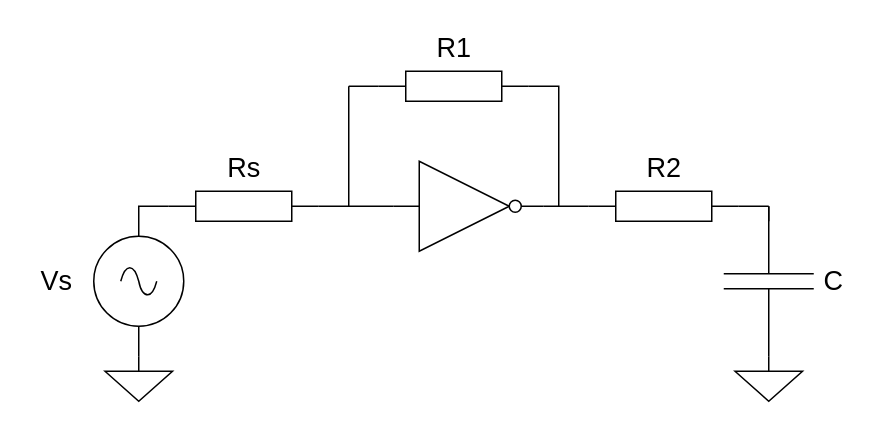
The draw.io diagram Report/Figures/Amplifier_Inv.drawio in miguelcorrea0107/MA2_project, before the edit. Source tidied: cells renumbered, new cells numbered last; positions are measured from the earlier drawing's top-left corner, leaving out a move shared by most shapes. Both pictures are drawn from the tidied source at 150%, with x=0, y=0 at pixel (26, 26).
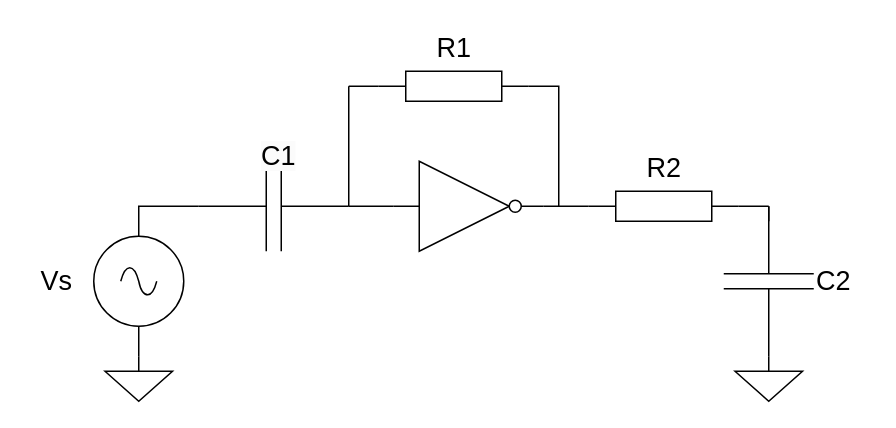
Above is the later version.

Commit message:
Mettre à jour Amplifier_Inv.drawio

The change refers to these unchanged cells:
```xml
<mxCell id="3" style="verticalLabelPosition=bottom;shadow=0;dashed=0;align=center;html=1;verticalAlign=top;shape=mxgraph.electrical.logic_gates.inverter_2;" parent="1" vertex="1">
  <mxGeometry x="245" y="90" width="100" height="60" as="geometry" />
</mxCell>
<mxCell id="15" style="verticalLabelPosition=bottom;shadow=0;dashed=0;align=center;html=1;verticalAlign=top;shape=mxgraph.electrical.signal_sources.source;points=[[0.5,0,0],[1,0.5,0],[0.5,1,0],[0,0.5,0]];elSignalType=ac;" parent="1" vertex="1">
  <mxGeometry x="45" y="140" width="60" height="60" as="geometry" />
</mxCell>
```

Diff of the diagram source:
```diff
@@
-    <mxCell id="2" style="verticalLabelPosition=bottom;shadow=0;dashed=0;align=center;html=1;verticalAlign=top;shape=mxgraph.electrical.resistors.resistor_1;" parent="1" vertex="1">
-      <mxGeometry x="95" y="110" width="100" height="20" as="geometry" />
-    </mxCell>
@@
-    <mxCell id="4" style="endArrow=none;html=1;rounded=0;exitX=1;exitY=0.5;exitDx=0;exitDy=0;exitPerimeter=0;entryX=0;entryY=0.5;entryDx=0;entryDy=0;entryPerimeter=0;" parent="1" edge="1" source="2" target="3">
-      <mxGeometry relative="1" as="geometry" />
+    <mxCell id="4" style="endArrow=none;html=1;rounded=0;exitX=1;exitY=0.5;exitDx=0;exitDy=0;exitPerimeter=0;entryX=0;entryY=0.5;entryDx=0;entryDy=0;entryPerimeter=0;" parent="1" edge="1" target="3">
+      <mxGeometry relative="1" as="geometry">
+        <mxPoint x="215" y="120" as="sourcePoint" />
+      </mxGeometry>
     </mxCell>
@@
-    <mxCell id="17" style="endArrow=none;html=1;rounded=0;exitX=0.5;exitY=0;exitDx=0;exitDy=0;exitPerimeter=0;entryX=0;entryY=0.5;entryDx=0;entryDy=0;entryPerimeter=0;" parent="1" edge="1" source="15" target="2">
+    <mxCell id="17" style="endArrow=none;html=1;rounded=0;exitX=0.5;exitY=0;exitDx=0;exitDy=0;exitPerimeter=0;entryX=0;entryY=0.5;entryDx=0;entryDy=0;entryPerimeter=0;" parent="1" edge="1" source="15">
       <mxGeometry relative="1" as="geometry">
+        <mxPoint x="115" y="120" as="targetPoint" />
         <Array as="points">
           <mxPoint x="75" y="120" />
         </Array>
       </mxGeometry>
     </mxCell>
@@
-    <mxCell id="19" value="&lt;font style=&quot;font-size: 18px;&quot;&gt;Rs&lt;/font&gt;" style="text;html=1;align=center;verticalAlign=middle;strokeColor=none;fillColor=none;" parent="1" vertex="1">
-      <mxGeometry x="120" y="80" width="50" height="30" as="geometry" />
-    </mxCell>
@@
-    <mxCell id="22" value="&lt;font style=&quot;font-size: 18px;&quot;&gt;C&lt;/font&gt;" style="text;html=1;align=center;verticalAlign=middle;strokeColor=none;fillColor=none;" parent="1" vertex="1">
-      <mxGeometry x="517.5" y="155" width="40" height="30" as="geometry" />
+    <mxCell id="22" value="&lt;span style=&quot;font-size: 18px;&quot;&gt;C2&lt;/span&gt;" style="text;html=1;align=center;verticalAlign=middle;strokeColor=none;fillColor=none;" parent="1" vertex="1">
+      <mxGeometry x="512.5" y="155" width="50" height="30" as="geometry" />
     </mxCell>
@@
+    <mxCell id="24" style="verticalLabelPosition=bottom;shadow=0;dashed=0;align=center;html=1;verticalAlign=top;shape=mxgraph.electrical.capacitors.capacitor_1;direction=south;rotation=90;" parent="1" vertex="1">
+      <mxGeometry x="135" y="70" width="60" height="100" as="geometry" />
+    </mxCell>
+    <mxCell id="25" value="&lt;span style=&quot;caret-color: rgb(0, 0, 0); color: rgb(0, 0, 0); font-family: Helvetica; font-size: 18px; font-style: normal; font-variant-caps: normal; font-weight: 400; letter-spacing: normal; orphans: auto; text-align: center; text-indent: 0px; text-transform: none; white-space: nowrap; widows: auto; word-spacing: 0px; -webkit-text-stroke-width: 0px; background-color: rgb(251, 251, 251); text-decoration: none; display: inline !important; float: none;&quot;&gt;C1&lt;/span&gt;" style="text;whiteSpace=wrap;html=1;" parent="1" vertex="1">
+      <mxGeometry x="155" y="70" width="60" height="40" as="geometry" />
+    </mxCell>
```
